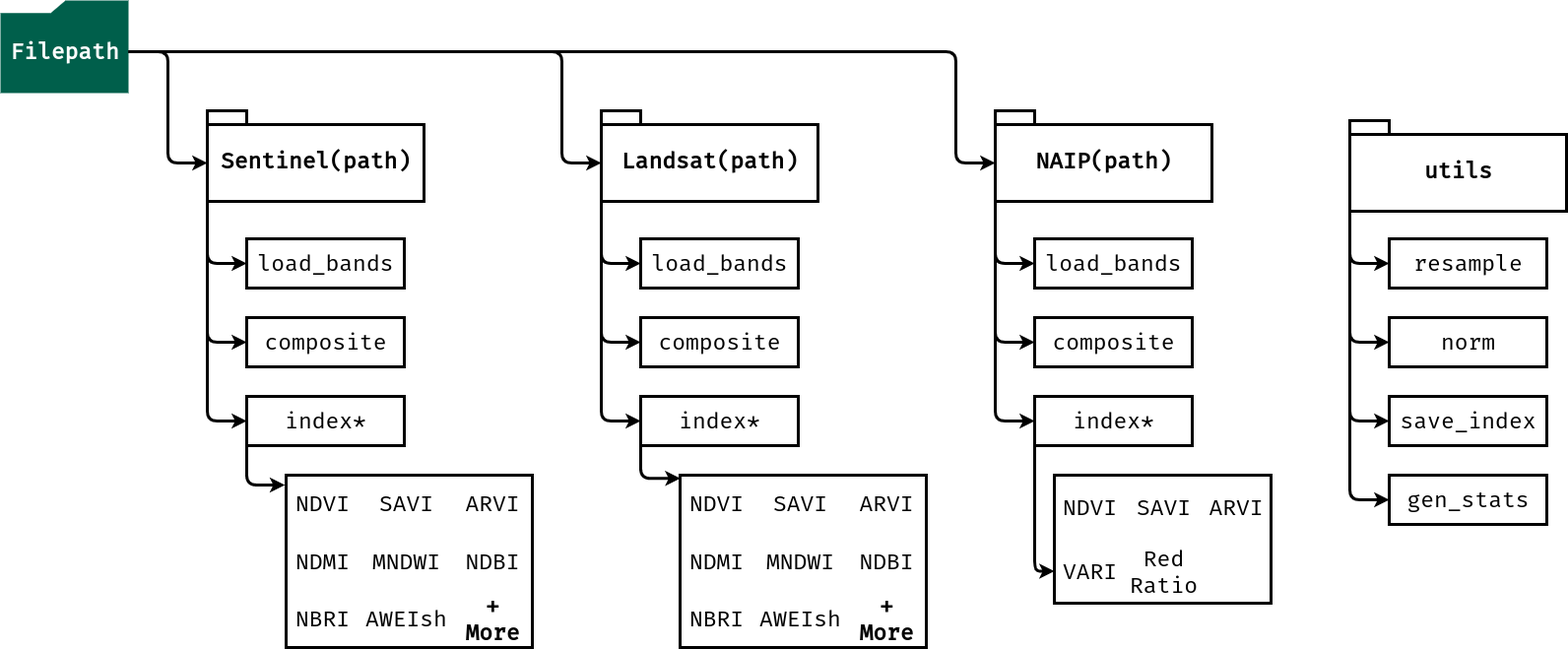
This is paper/fig-rindcalc.png from ocsmit/rindcalc, a draw.io export, as it was before one commit. Source tidied: cells renumbered, new cells last; positions are measured from the earlier drawing's top-left corner, leaving out a move shared by most shapes.
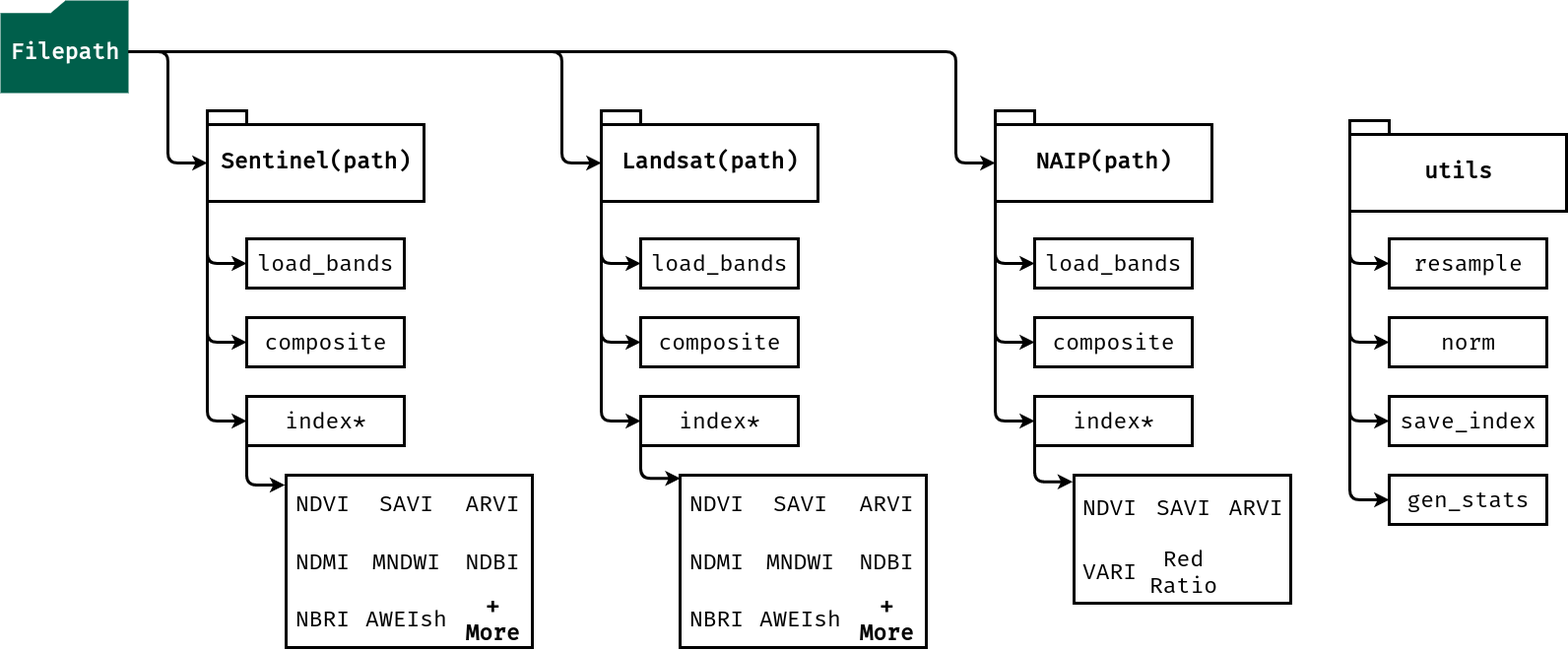
Above is the later version.

Commit message:
Fix out of place arrow

The edit, as a diff of the source:
```diff
@@ -97,7 +97,7 @@
     <mxCell id="26" value="index*" style="html=1;fontFamily=Fira Code;fontSize=23;strokeWidth=3;" parent="1" vertex="1">
       <mxGeometry x="650" y="402" width="160" height="50" as="geometry" />
     </mxCell>
-    <mxCell id="27" style="edgeStyle=orthogonalEdgeStyle;rounded=1;jettySize=auto;html=1;exitX=0;exitY=1;exitDx=0;exitDy=0;strokeWidth=3;fontFamily=Fira Code;fontSize=23;fontColor=#FFFFFF;" parent="1" edge="1" source="28" target="71">
+    <mxCell id="27" style="edgeStyle=orthogonalEdgeStyle;rounded=1;jettySize=auto;html=1;exitX=0;exitY=1;exitDx=0;exitDy=0;strokeWidth=3;fontFamily=Fira Code;fontSize=23;fontColor=#FFFFFF;entryX=-0.006;entryY=0.103;entryDx=0;entryDy=0;entryPerimeter=0;" parent="1" edge="1" source="28" target="67">
       <mxGeometry relative="1" as="geometry" />
     </mxCell>
     <mxCell id="28" value="index*" style="html=1;fontFamily=Fira Code;fontSize=23;strokeWidth=3;" parent="1" vertex="1">
@@ -220,7 +220,7 @@
       <mxGeometry x="170" width="80" height="58" as="geometry" />
     </mxCell>
     <mxCell id="66" style="shape=table;html=1;whiteSpace=wrap;startSize=0;columnLines=0;rowLines=0;strokeWidth=3;fontSize=23;fontFamily=Fira Code;" parent="1" vertex="1">
-      <mxGeometry x="1070" y="482" width="220" height="130" as="geometry" />
+      <mxGeometry x="1090" y="482" width="220" height="130" as="geometry" />
     </mxCell>
     <mxCell id="67" style="shape=partialRectangle;html=1;whiteSpace=wrap;fillColor=none;top=0;left=0;bottom=0;right=0;points=[[0,0.5],[1,0.5]];portConstraint=eastwest;fontFamily=Fira Code;fontSize=23;" parent="66" vertex="1">
       <mxGeometry width="220" height="65" as="geometry" />
```
